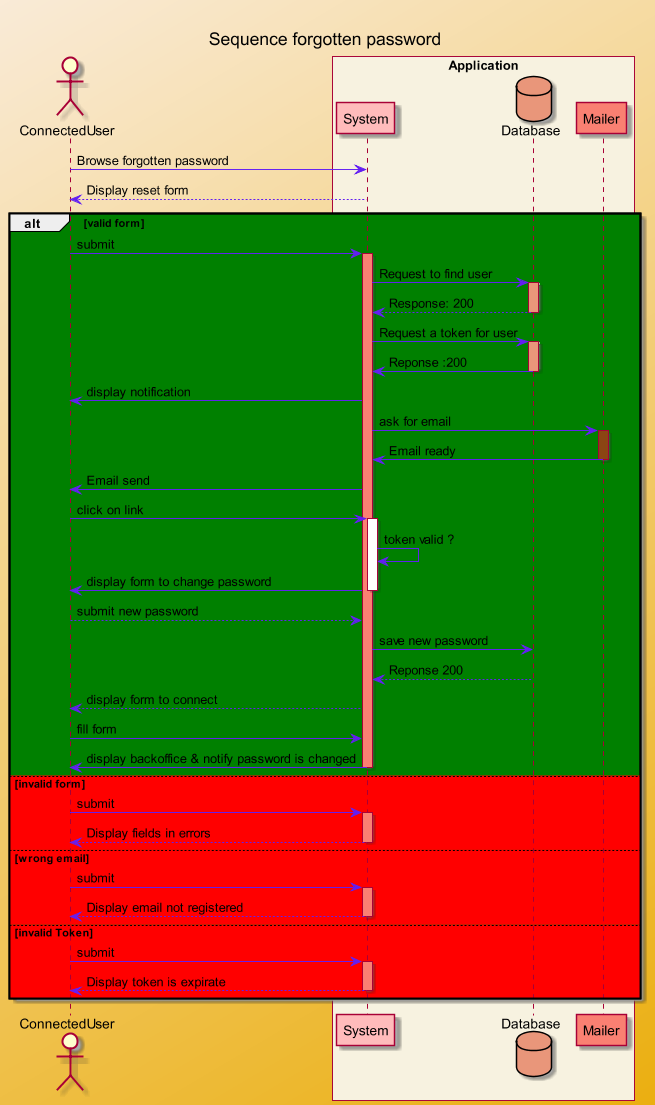
The PlantUML diagram out/diagrams/sequence-forgotten/sequence-forgotten.png in ronan-develop/snowtricks, before a commit.
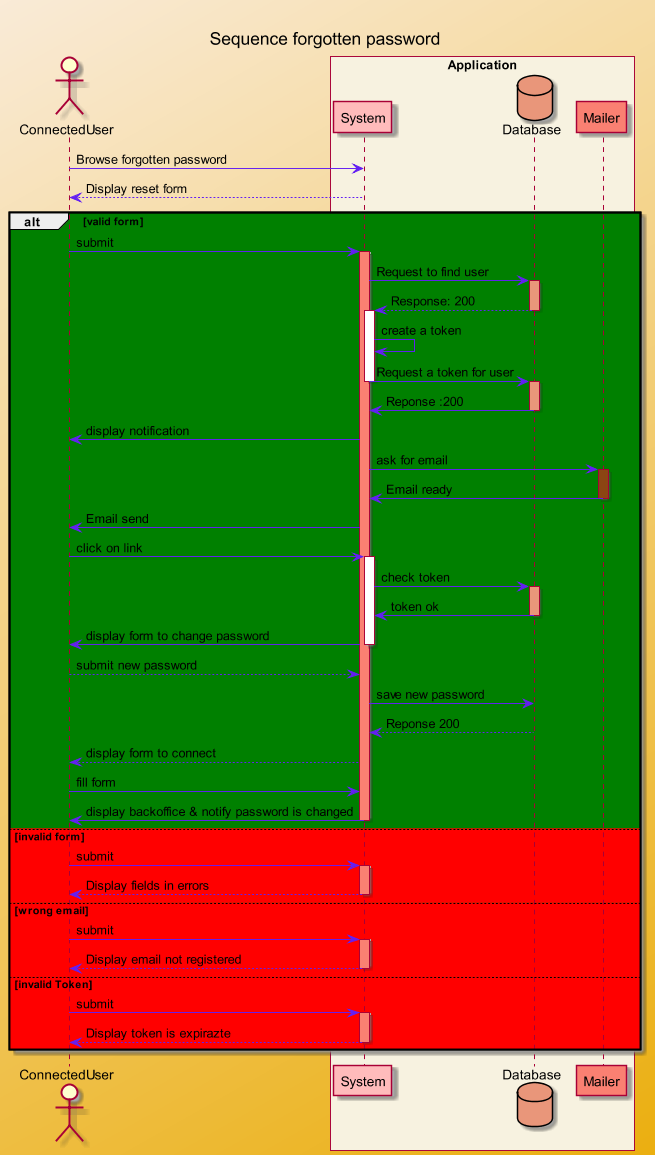
Above is the later version.

Commit message:
Diagram: file modified:   out/diagrams/sequence-forgotten/sequence-forgotten.png

The edit, as a diff of the source:
```diff
@@ -31,7 +31,10 @@
 activate Database #DarkSalmon
 Database --> System: Response: 200
 deactivate Database
+activate System
+System -> System: create a token
 System -> Database: Request a token for user
+deactivate System
 activate Database #DarkSalmon
 Database -> System : Reponse :200
 deactivate Database
@@ -43,7 +46,10 @@
 System -> ConnectedUser: Email send
 ConnectedUser -> System: click on link
 activate System
-System -> System: token valid ?
+System -> Database: check token
+activate Database #DarkSalmon
+Database -> System: token ok
+deactivate Database
 System -> ConnectedUser: display form to change password
 deactivate System
 ConnectedUser --> System: submit new password
@@ -67,7 +73,7 @@
 else #red invalid Token
 ConnectedUser -> System: submit
 activate System #Salmon
-System --> ConnectedUser : Display token is expirate
+System --> ConnectedUser : Display token is expirazte
 deactivate System
 
 end
```
